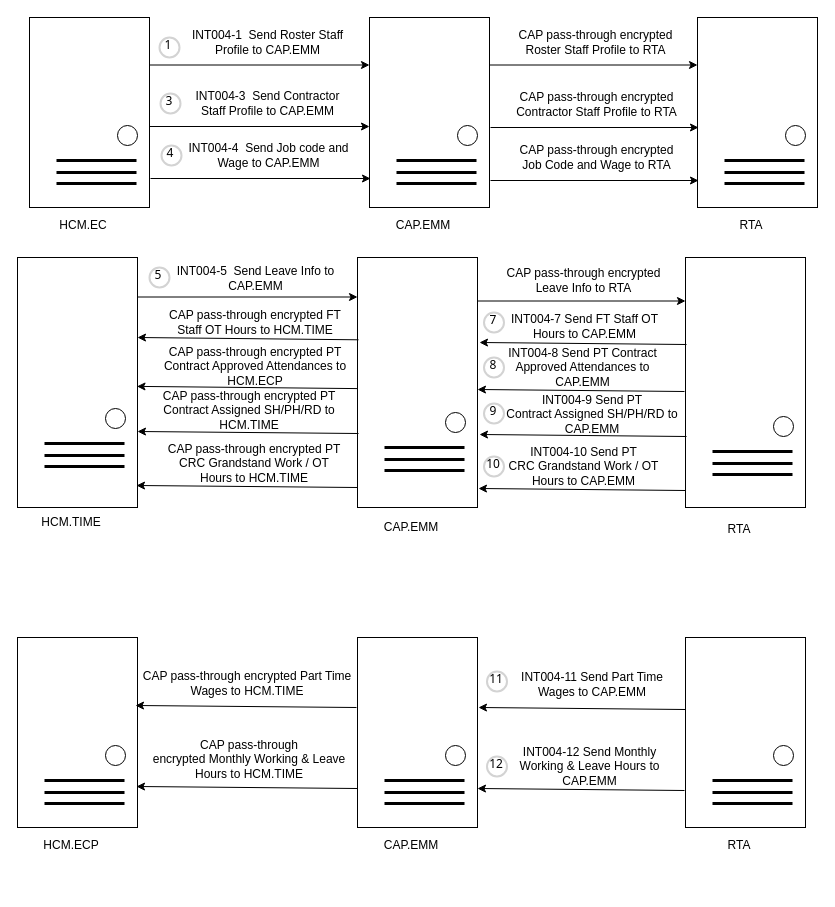
Before: page "RTA" (16 of 19) of Untitled Diagram.drawio in wsxad234/flowchart, a draw.io diagram. Source tidied: cells renumbered, new cells numbered last; positions are measured from the earlier drawing's top-left corner, leaving out a move shared by most shapes. Both pictures are drawn from the tidied source at 100%, with x=0, y=0 at pixel (17, 17).
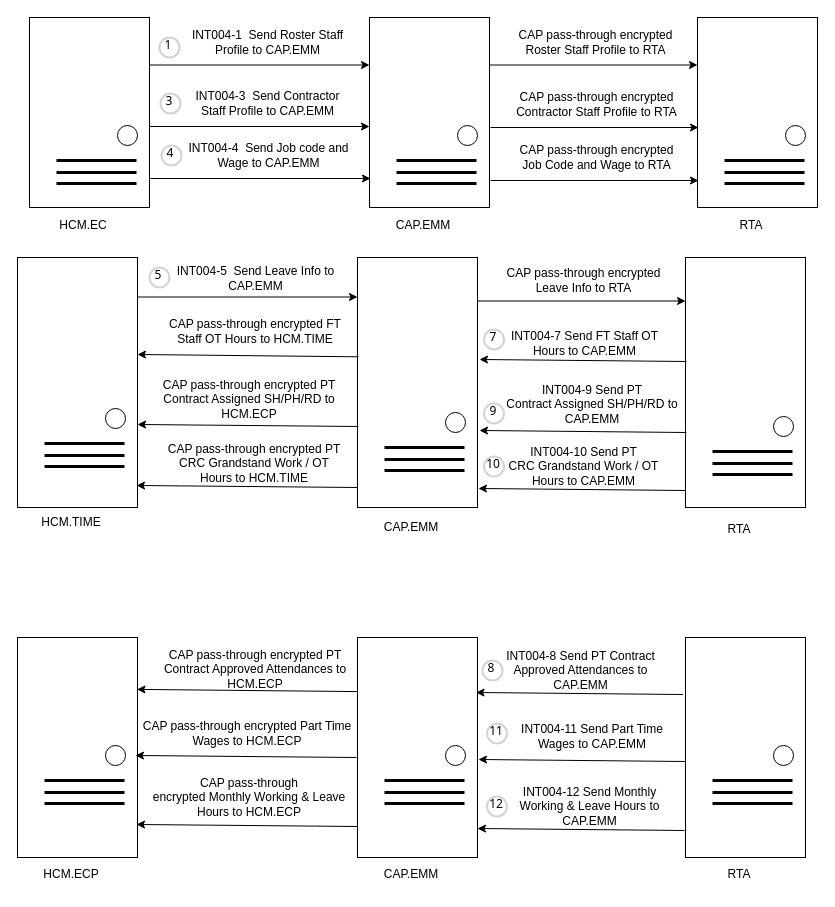
After the change.

Change to the diagram source:
```diff
@@
     <mxCell id="56" value="INT004-7 Send FT Staff OT Hours to CAP.EMM" style="text;html=1;strokeColor=none;fillColor=none;align=center;verticalAlign=middle;whiteSpace=wrap;rounded=0;" parent="1" vertex="1">
-      <mxGeometry x="480.5" y="289" width="173" height="40" as="geometry" />
+      <mxGeometry x="480.5" y="306" width="173" height="40" as="geometry" />
     </mxCell>
     <mxCell id="57" value="CAP pass-through encrypted FT Staff OT Hours to HCM.TIME" style="text;html=1;strokeColor=none;fillColor=none;align=center;verticalAlign=middle;whiteSpace=wrap;rounded=0;" parent="1" vertex="1">
-      <mxGeometry x="144" y="285" width="188" height="40" as="geometry" />
+      <mxGeometry x="144" y="294" width="188" height="40" as="geometry" />
     </mxCell>
     <mxCell id="58" style="endArrow=classic;html=1;rounded=0;exitX=0.008;exitY=0.438;exitDx=0;exitDy=0;exitPerimeter=0;" parent="1" edge="1">
       <mxGeometry relative="1" as="geometry">
-        <mxPoint x="669" y="327" as="sourcePoint" />
-        <mxPoint x="462" y="325" as="targetPoint" />
+        <mxPoint x="669" y="344" as="sourcePoint" />
+        <mxPoint x="462" y="342" as="targetPoint" />
       </mxGeometry>
     </mxCell>
     <mxCell id="59" style="endArrow=classic;html=1;rounded=0;exitX=0.008;exitY=0.406;exitDx=0;exitDy=0;exitPerimeter=0;" parent="1" edge="1">
       <mxGeometry relative="1" as="geometry">
-        <mxPoint x="341" y="322.3" as="sourcePoint" />
-        <mxPoint x="120" y="320" as="targetPoint" />
+        <mxPoint x="341" y="339.3" as="sourcePoint" />
+        <mxPoint x="120" y="337" as="targetPoint" />
       </mxGeometry>
     </mxCell>
@@
     <mxCell id="61" value="7" style="ellipse;whiteSpace=wrap;html=1;strokeWidth=2;fontFamily=Tahoma;spacingBottom=4;spacingRight=2;strokeColor=#d3d3d3;" parent="1" vertex="1">
-      <mxGeometry x="466.5" y="295" width="20" height="20" as="geometry" />
+      <mxGeometry x="466.5" y="312" width="20" height="20" as="geometry" />
     </mxCell>
     <mxCell id="62" value="INT004-9 Send&amp;nbsp;PT&lt;br/&gt;Contract Assigned SH/PH/RD&lt;span style=&quot;background-color: initial;&quot;&gt;&amp;nbsp;to CAP.EMM&lt;/span&gt;" style="text;html=1;strokeColor=none;fillColor=none;align=center;verticalAlign=middle;whiteSpace=wrap;rounded=0;" parent="1" vertex="1">
-      <mxGeometry x="483.5" y="377" width="181.5" height="40" as="geometry" />
+      <mxGeometry x="483.5" y="367" width="181.5" height="40" as="geometry" />
     </mxCell>
-    <mxCell id="63" value="CAP pass-through encrypted&amp;nbsp;PT&lt;br/&gt;Contract Assigned SH/PH/RD&lt;span style=&quot;background-color: initial;&quot;&gt;&amp;nbsp;to HCM.TIME&lt;/span&gt;" style="text;html=1;strokeColor=none;fillColor=none;align=center;verticalAlign=middle;whiteSpace=wrap;rounded=0;" parent="1" vertex="1">
-      <mxGeometry x="122" y="373" width="220" height="40" as="geometry" />
+    <mxCell id="63" value="CAP pass-through encrypted&amp;nbsp;PT&lt;br&gt;Contract Assigned SH/PH/RD&lt;span style=&quot;background-color: initial;&quot;&gt;&amp;nbsp;to HCM.ECP&lt;/span&gt;" style="text;html=1;strokeColor=none;fillColor=none;align=center;verticalAlign=middle;whiteSpace=wrap;rounded=0;" parent="1" vertex="1">
+      <mxGeometry x="122" y="362" width="220" height="40" as="geometry" />
     </mxCell>
     <mxCell id="64" style="endArrow=classic;html=1;rounded=0;exitX=0.008;exitY=0.438;exitDx=0;exitDy=0;exitPerimeter=0;" parent="1" edge="1">
       <mxGeometry relative="1" as="geometry">
-        <mxPoint x="669" y="419" as="sourcePoint" />
-        <mxPoint x="462" y="417" as="targetPoint" />
+        <mxPoint x="669" y="415" as="sourcePoint" />
+        <mxPoint x="462" y="413" as="targetPoint" />
       </mxGeometry>
     </mxCell>
     <mxCell id="65" style="endArrow=classic;html=1;rounded=0;exitX=0.008;exitY=0.406;exitDx=0;exitDy=0;exitPerimeter=0;" parent="1" edge="1">
       <mxGeometry relative="1" as="geometry">
-        <mxPoint x="341" y="416" as="sourcePoint" />
-        <mxPoint x="120" y="414" as="targetPoint" />
+        <mxPoint x="341" y="409" as="sourcePoint" />
+        <mxPoint x="120" y="407" as="targetPoint" />
       </mxGeometry>
     </mxCell>
@@
     <mxCell id="72" style="rounded=0;whiteSpace=wrap;html=1;" parent="1" vertex="1">
-      <mxGeometry y="620" width="120" height="190" as="geometry" />
+      <mxGeometry y="620" width="120" height="220" as="geometry" />
     </mxCell>
@@
     <mxCell id="74" value="HCM.ECP" style="text;html=1;strokeColor=none;fillColor=none;align=center;verticalAlign=middle;whiteSpace=wrap;rounded=0;" parent="1" vertex="1">
-      <mxGeometry x="24" y="813" width="60" height="30" as="geometry" />
+      <mxGeometry x="24" y="842" width="60" height="30" as="geometry" />
     </mxCell>
@@
     <mxCell id="78" style="rounded=0;whiteSpace=wrap;html=1;" parent="1" vertex="1">
-      <mxGeometry x="668" y="620" width="120" height="190" as="geometry" />
+      <mxGeometry x="668" y="620" width="120" height="220" as="geometry" />
     </mxCell>
@@
     <mxCell id="80" value="RTA" style="text;html=1;strokeColor=none;fillColor=none;align=center;verticalAlign=middle;whiteSpace=wrap;rounded=0;" parent="1" vertex="1">
-      <mxGeometry x="692" y="813" width="60" height="30" as="geometry" />
+      <mxGeometry x="692" y="842" width="60" height="30" as="geometry" />
     </mxCell>
@@
     <mxCell id="84" style="rounded=0;whiteSpace=wrap;html=1;" parent="1" vertex="1">
-      <mxGeometry x="340" y="620" width="120" height="190" as="geometry" />
+      <mxGeometry x="340" y="620" width="120" height="220" as="geometry" />
     </mxCell>
@@
     <mxCell id="86" value="CAP.EMM" style="text;html=1;strokeColor=none;fillColor=none;align=center;verticalAlign=middle;whiteSpace=wrap;rounded=0;" parent="1" vertex="1">
-      <mxGeometry x="364" y="813" width="60" height="30" as="geometry" />
+      <mxGeometry x="364" y="842" width="60" height="30" as="geometry" />
     </mxCell>
@@
     <mxCell id="90" value="INT004-11 Send&amp;nbsp;&lt;span style=&quot;background-color: initial;&quot;&gt;Part Time Wages&amp;nbsp;to CAP.EMM&lt;/span&gt;" style="text;html=1;strokeColor=none;fillColor=none;align=center;verticalAlign=middle;whiteSpace=wrap;rounded=0;" parent="1" vertex="1">
-      <mxGeometry x="483.5" y="647" width="181.5" height="40" as="geometry" />
+      <mxGeometry x="483.5" y="699" width="181.5" height="40" as="geometry" />
     </mxCell>
     <mxCell id="91" style="endArrow=classic;html=1;rounded=0;exitX=0.008;exitY=0.438;exitDx=0;exitDy=0;exitPerimeter=0;" parent="1" edge="1">
       <mxGeometry relative="1" as="geometry">
-        <mxPoint x="668" y="692" as="sourcePoint" />
-        <mxPoint x="461" y="690" as="targetPoint" />
+        <mxPoint x="668" y="744" as="sourcePoint" />
+        <mxPoint x="461" y="742" as="targetPoint" />
       </mxGeometry>
     </mxCell>
     <mxCell id="92" value="&lt;p&gt;INT004-12 Send&amp;nbsp;Monthly Working &amp;amp; Leave Hours&amp;nbsp;to CAP.EMM&lt;/p&gt;" style="text;html=1;strokeColor=none;fillColor=none;align=center;verticalAlign=middle;whiteSpace=wrap;rounded=0;" parent="1" vertex="1">
-      <mxGeometry x="485.5" y="729" width="173" height="40" as="geometry" />
+      <mxGeometry x="485.5" y="769" width="173" height="40" as="geometry" />
     </mxCell>
     <mxCell id="93" style="endArrow=classic;html=1;rounded=0;exitX=0.008;exitY=0.438;exitDx=0;exitDy=0;exitPerimeter=0;" parent="1" edge="1">
       <mxGeometry relative="1" as="geometry">
-        <mxPoint x="667" y="773" as="sourcePoint" />
-        <mxPoint x="460" y="771" as="targetPoint" />
+        <mxPoint x="667" y="813" as="sourcePoint" />
+        <mxPoint x="460" y="811" as="targetPoint" />
       </mxGeometry>
     </mxCell>
     <mxCell id="94" value="12" style="ellipse;whiteSpace=wrap;html=1;strokeWidth=2;fontFamily=Tahoma;spacingBottom=4;spacingRight=2;strokeColor=#d3d3d3;" parent="1" vertex="1">
-      <mxGeometry x="469.5" y="739" width="20" height="20" as="geometry" />
+      <mxGeometry x="469.5" y="779" width="20" height="20" as="geometry" />
     </mxCell>
-    <mxCell id="95" value="CAP pass-through encrypted&amp;nbsp;&lt;span style=&quot;background-color: initial;&quot;&gt;Part Time Wages&amp;nbsp;to HCM.TIME&lt;/span&gt;" style="text;html=1;strokeColor=none;fillColor=none;align=center;verticalAlign=middle;whiteSpace=wrap;rounded=0;" parent="1" vertex="1">
-      <mxGeometry x="120" y="646" width="220" height="40" as="geometry" />
+    <mxCell id="95" value="CAP pass-through encrypted&amp;nbsp;&lt;span style=&quot;background-color: initial;&quot;&gt;Part Time Wages&amp;nbsp;to HCM.ECP&lt;/span&gt;" style="text;html=1;strokeColor=none;fillColor=none;align=center;verticalAlign=middle;whiteSpace=wrap;rounded=0;" parent="1" vertex="1">
+      <mxGeometry x="120" y="696" width="220" height="40" as="geometry" />
     </mxCell>
     <mxCell id="96" style="endArrow=classic;html=1;rounded=0;exitX=0.008;exitY=0.406;exitDx=0;exitDy=0;exitPerimeter=0;" parent="1" edge="1">
       <mxGeometry relative="1" as="geometry">
-        <mxPoint x="339" y="690" as="sourcePoint" />
-        <mxPoint x="118" y="688" as="targetPoint" />
+        <mxPoint x="339" y="740" as="sourcePoint" />
+        <mxPoint x="118" y="738" as="targetPoint" />
       </mxGeometry>
     </mxCell>
-    <mxCell id="97" value="CAP pass-through encrypted&amp;nbsp;&lt;span style=&quot;background-color: initial;&quot;&gt;Monthly Working &amp;amp; Leave Hours&amp;nbsp;to HCM.TIME&lt;/span&gt;" style="text;html=1;strokeColor=none;fillColor=none;align=center;verticalAlign=middle;whiteSpace=wrap;rounded=0;" parent="1" vertex="1">
-      <mxGeometry x="132" y="722" width="200" height="40" as="geometry" />
+    <mxCell id="97" value="CAP pass-through encrypted&amp;nbsp;&lt;span style=&quot;background-color: initial;&quot;&gt;Monthly Working &amp;amp; Leave Hours&amp;nbsp;to HCM.ECP&lt;/span&gt;" style="text;html=1;strokeColor=none;fillColor=none;align=center;verticalAlign=middle;whiteSpace=wrap;rounded=0;" parent="1" vertex="1">
+      <mxGeometry x="132" y="760" width="200" height="40" as="geometry" />
     </mxCell>
     <mxCell id="98" style="endArrow=classic;html=1;rounded=0;exitX=0.008;exitY=0.406;exitDx=0;exitDy=0;exitPerimeter=0;" parent="1" edge="1">
       <mxGeometry relative="1" as="geometry">
-        <mxPoint x="340" y="771" as="sourcePoint" />
-        <mxPoint x="119" y="769" as="targetPoint" />
+        <mxPoint x="340" y="809" as="sourcePoint" />
+        <mxPoint x="119" y="807" as="targetPoint" />
       </mxGeometry>
     </mxCell>
     <mxCell id="99" value="8" style="ellipse;whiteSpace=wrap;html=1;strokeWidth=2;fontFamily=Tahoma;spacingBottom=4;spacingRight=2;strokeColor=#d3d3d3;" parent="1" vertex="1">
-      <mxGeometry x="466.5" y="340" width="20" height="20" as="geometry" />
+      <mxGeometry x="465" y="643" width="20" height="20" as="geometry" />
     </mxCell>
     <mxCell id="100" value="11" style="ellipse;whiteSpace=wrap;html=1;strokeWidth=2;fontFamily=Tahoma;spacingBottom=4;spacingRight=2;strokeColor=#d3d3d3;" parent="1" vertex="1">
-      <mxGeometry x="469.5" y="654" width="20" height="20" as="geometry" />
+      <mxGeometry x="469.5" y="706" width="20" height="20" as="geometry" />
     </mxCell>
@@
     <mxCell id="102" value="INT004-8 Send&amp;nbsp;&lt;span style=&quot;background-color: initial;&quot;&gt;PT Contract Approved Attendances&amp;nbsp;to CAP.EMM&lt;/span&gt;" style="text;html=1;strokeColor=none;fillColor=none;align=center;verticalAlign=middle;whiteSpace=wrap;rounded=0;" parent="1" vertex="1">
-      <mxGeometry x="478.5" y="330" width="173" height="40" as="geometry" />
+      <mxGeometry x="477" y="633" width="173" height="40" as="geometry" />
     </mxCell>
     <mxCell id="103" style="endArrow=classic;html=1;rounded=0;exitX=0.008;exitY=0.438;exitDx=0;exitDy=0;exitPerimeter=0;" parent="1" edge="1">
       <mxGeometry relative="1" as="geometry">
-        <mxPoint x="667" y="374" as="sourcePoint" />
-        <mxPoint x="460" y="372" as="targetPoint" />
+        <mxPoint x="665.5" y="677" as="sourcePoint" />
+        <mxPoint x="458.5" y="675" as="targetPoint" />
       </mxGeometry>
     </mxCell>
     <mxCell id="104" value="CAP pass-through encrypted PT Contract Approved Attendances to HCM.ECP" style="text;html=1;strokeColor=none;fillColor=none;align=center;verticalAlign=middle;whiteSpace=wrap;rounded=0;" parent="1" vertex="1">
-      <mxGeometry x="143.5" y="328.9" width="188" height="40" as="geometry" />
+      <mxGeometry x="143.5" y="631.9" width="188" height="40" as="geometry" />
     </mxCell>
     <mxCell id="105" style="endArrow=classic;html=1;rounded=0;exitX=0.008;exitY=0.406;exitDx=0;exitDy=0;exitPerimeter=0;" parent="1" edge="1">
       <mxGeometry relative="1" as="geometry">
-        <mxPoint x="340.5" y="371.1" as="sourcePoint" />
-        <mxPoint x="119.5" y="368.9" as="targetPoint" />
+        <mxPoint x="340.5" y="674.1" as="sourcePoint" />
+        <mxPoint x="119.5" y="671.9" as="targetPoint" />
       </mxGeometry>
     </mxCell>
```
